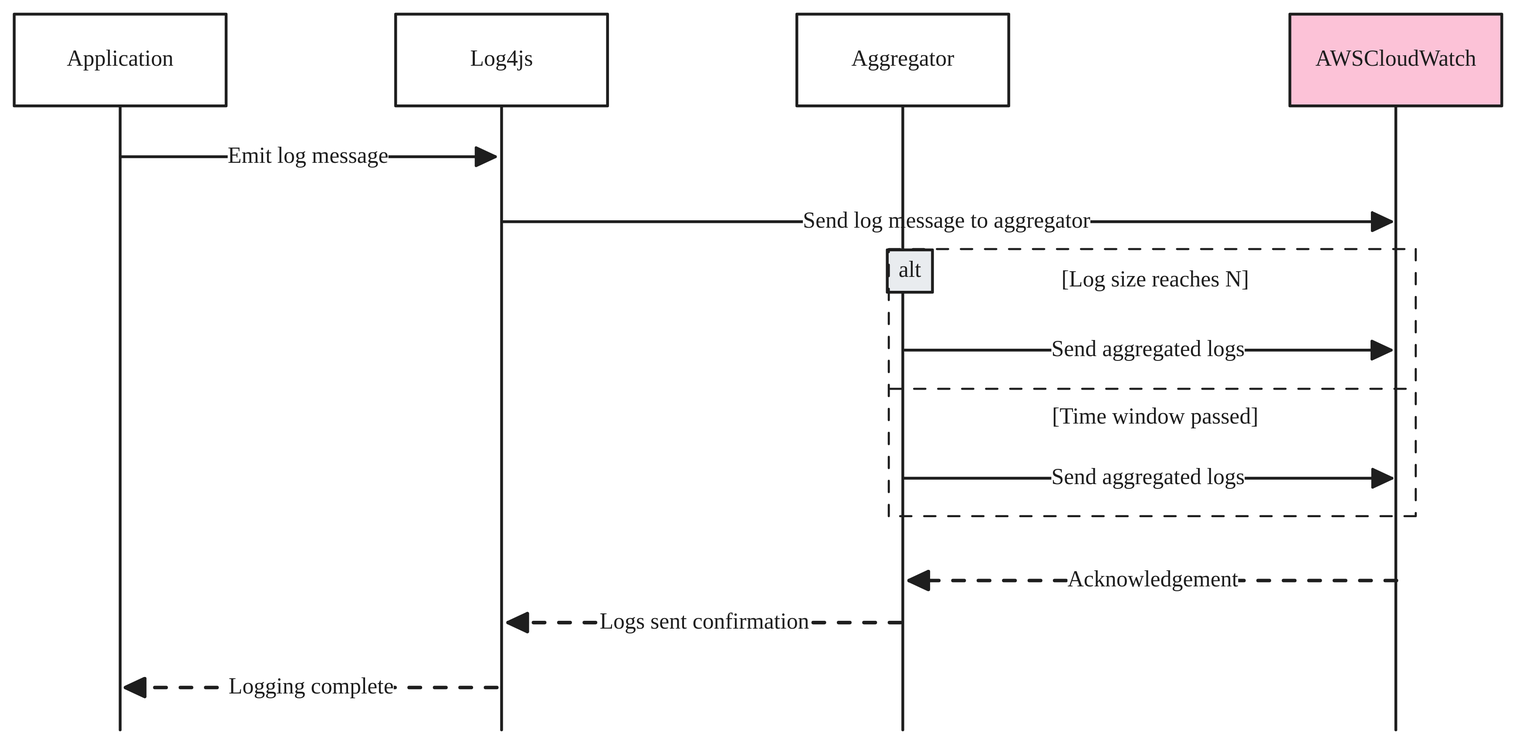
Before: docs/sequence.svg, a diagram exported from Excalidraw (xseman/log4js-appender-cloudwatch). Source tidied: one line per element, renumbered; positions are measured from the earlier drawing's top-left corner, leaving out a move shared by most shapes. Source of this version:
```json
{"id": 0, "type": "rectangle", "strokeColor": "#1e1e1e", "strokeWidth": 2, "roughness": 0, "x": 0, "y": 0, "width": 150, "height": 65}
{"id": 1, "type": "rectangle", "strokeColor": "#1e1e1e", "strokeWidth": 2, "roughness": 0, "x": 270, "y": 0, "width": 150, "height": 65}
{"id": 2, "type": "rectangle", "strokeColor": "#1e1e1e", "strokeWidth": 2, "roughness": 0, "x": 554, "y": 0, "width": 150, "height": 65}
{"id": 3, "type": "rectangle", "strokeColor": "#1e1e1e", "backgroundColor": "#fcc2d7", "fillStyle": "solid", "strokeWidth": 2, "roughness": 0, "x": 903, "y": 0, "width": 150, "height": 65}
{"id": 4, "type": "line", "strokeColor": "#1e1e1e", "strokeWidth": 2, "roughness": 0, "x": 75, "y": 65, "width": 0, "height": 442, "points": [[0, 0], [0, 442]]}
{"id": 5, "type": "line", "strokeColor": "#1e1e1e", "strokeWidth": 2, "roughness": 0, "x": 345, "y": 66, "width": 0, "height": 441, "points": [[0, 0], [0, 441]]}
{"id": 6, "type": "line", "strokeColor": "#1e1e1e", "strokeWidth": 2, "roughness": 0, "x": 629, "y": 65, "width": 0, "height": 442, "points": [[0, 0], [0, 442]]}
{"id": 7, "type": "line", "strokeColor": "#1e1e1e", "strokeWidth": 2, "roughness": 0, "x": 978, "y": 65, "width": 0, "height": 442, "points": [[0, 0], [0, 442]]}
{"id": 8, "type": "arrow", "strokeColor": "#1e1e1e", "strokeWidth": 2, "roughness": 0, "endArrowhead": "triangle", "x": 75, "y": 101, "width": 265, "height": 0, "points": [[0, 0], [265, 0]]}
{"id": 9, "type": "arrow", "strokeColor": "#1e1e1e", "strokeWidth": 2, "roughness": 0, "endArrowhead": "triangle", "to": 30, "x": 345, "y": 147, "width": 630, "height": 0, "points": [[0, 0], [630, 0]]}
{"id": 10, "type": "arrow", "strokeColor": "#1e1e1e", "strokeWidth": 2, "roughness": 0, "endArrowhead": "triangle", "x": 630, "y": 238, "width": 344, "height": 0, "points": [[0, 0], [344, 0]]}
{"id": 11, "type": "arrow", "strokeColor": "#1e1e1e", "strokeWidth": 2, "roughness": 0, "endArrowhead": "triangle", "x": 630, "y": 329, "width": 345, "height": 0, "points": [[0, 0], [345, 0]]}
{"id": 12, "type": "arrow", "strokeColor": "#1e1e1e", "strokeWidth": 2, "strokeStyle": "dashed", "roughness": 0, "endArrowhead": "triangle", "x": 978, "y": 401, "width": 345, "height": 0, "points": [[0, 0], [-345, 0]]}
{"id": 13, "type": "arrow", "strokeColor": "#1e1e1e", "strokeWidth": 2, "strokeStyle": "dashed", "roughness": 0, "endArrowhead": "triangle", "x": 628, "y": 431, "width": 278, "height": 0, "points": [[0, 0], [-278, 0]]}
{"id": 14, "type": "arrow", "strokeColor": "#1e1e1e", "strokeWidth": 2, "strokeStyle": "dashed", "roughness": 0, "endArrowhead": "triangle", "x": 342, "y": 477, "width": 263, "height": 0, "points": [[0, 0], [-263, 0]]}
{"id": 15, "type": "text", "text": "[Log size reaches N]", "strokeColor": "#1e1e1e", "strokeWidth": 2, "roughness": 0, "fontSize": 16, "fontFamily": 5, "verticalAlign": "middle", "x": 741, "y": 179, "width": 133, "height": 20}
{"id": 16, "type": "text", "text": "[Time window passed]", "strokeColor": "#1e1e1e", "strokeWidth": 2, "roughness": 0, "fontSize": 16, "fontFamily": 5, "verticalAlign": "middle", "x": 735, "y": 276, "width": 146, "height": 20}
{"id": 17, "type": "text", "text": "Application", "strokeColor": "#1e1e1e", "strokeWidth": 2, "roughness": 1, "fontSize": 16, "fontFamily": 5, "textAlign": "center", "verticalAlign": "middle", "inside": 0, "x": 37, "y": 22, "width": 76, "height": 20}
{"id": 18, "type": "text", "text": "Log4js", "strokeColor": "#1e1e1e", "strokeWidth": 2, "roughness": 1, "fontSize": 16, "fontFamily": 5, "textAlign": "center", "verticalAlign": "middle", "inside": 1, "x": 323, "y": 22, "width": 44, "height": 20}
{"id": 19, "type": "text", "text": "Aggregator", "strokeColor": "#1e1e1e", "strokeWidth": 2, "roughness": 1, "fontSize": 16, "fontFamily": 5, "textAlign": "center", "verticalAlign": "middle", "inside": 2, "x": 593, "y": 22, "width": 73, "height": 20}
{"id": 20, "type": "text", "text": "AWSCloudWatch", "strokeColor": "#1e1e1e", "strokeWidth": 2, "roughness": 1, "fontSize": 16, "fontFamily": 5, "textAlign": "center", "verticalAlign": "middle", "inside": 3, "x": 921, "y": 22, "width": 114, "height": 20}
{"id": 21, "type": "text", "text": "Emit log message", "strokeColor": "#1e1e1e", "strokeWidth": 2, "roughness": 1, "fontSize": 16, "fontFamily": 5, "textAlign": "center", "verticalAlign": "middle", "inside": 8, "x": 167, "y": 91, "width": 114, "height": 20}
{"id": 22, "type": "text", "text": "Send log message to aggregator", "strokeColor": "#1e1e1e", "strokeWidth": 2, "roughness": 1, "fontSize": 16, "fontFamily": 5, "textAlign": "center", "verticalAlign": "middle", "inside": 9, "x": 425, "y": 127, "width": 204, "height": 20}
{"id": 23, "type": "text", "text": "Send aggregated logs", "strokeColor": "#1e1e1e", "strokeWidth": 2, "roughness": 1, "fontSize": 16, "fontFamily": 5, "textAlign": "center", "verticalAlign": "middle", "inside": 10, "x": 663, "y": 228, "width": 137, "height": 20}
{"id": 24, "type": "text", "text": "Send aggregated logs", "strokeColor": "#1e1e1e", "strokeWidth": 2, "roughness": 1, "fontSize": 16, "fontFamily": 5, "textAlign": "center", "verticalAlign": "middle", "inside": 11, "x": 663, "y": 319, "width": 137, "height": 20}
{"id": 25, "type": "text", "text": "Acknowledgement", "strokeColor": "#1e1e1e", "strokeWidth": 2, "roughness": 1, "fontSize": 16, "fontFamily": 5, "textAlign": "center", "verticalAlign": "middle", "inside": 12, "x": 674, "y": 375, "width": 121, "height": 20}
{"id": 26, "type": "text", "text": "Logs sent confirmation", "strokeColor": "#1e1e1e", "strokeWidth": 2, "roughness": 1, "fontSize": 16, "fontFamily": 5, "textAlign": "center", "verticalAlign": "middle", "inside": 13, "x": 419, "y": 421, "width": 148, "height": 20}
{"id": 27, "type": "text", "text": "Logging complete", "strokeColor": "#1e1e1e", "strokeWidth": 2, "roughness": 1, "fontSize": 16, "fontFamily": 5, "textAlign": "center", "verticalAlign": "middle", "inside": 14, "x": 168, "y": 467, "width": 117, "height": 20}
{"id": 28, "type": "rectangle", "strokeColor": "#1e1e1e", "backgroundColor": "#e9ecef", "fillStyle": "solid", "strokeWidth": 2, "roughness": 0, "x": 618, "y": 167, "width": 32, "height": 30}
{"id": 29, "type": "text", "text": "alt", "strokeColor": "#1e1e1e", "strokeWidth": 2, "roughness": 1, "fontSize": 16, "fontFamily": 5, "textAlign": "center", "verticalAlign": "middle", "inside": 28, "x": 626, "y": 172, "width": 16, "height": 20}
{"id": 30, "type": "rectangle", "strokeColor": "#1e1e1e", "strokeWidth": 1, "strokeStyle": "dashed", "roughness": 0, "x": 619, "y": 166, "width": 373, "height": 189}
{"id": 31, "type": "line", "strokeColor": "#1e1e1e", "strokeWidth": 1, "strokeStyle": "dashed", "roughness": 0, "x": 620, "y": 265, "width": 372, "height": 0, "points": [[0, 0], [372, 0]]}
```
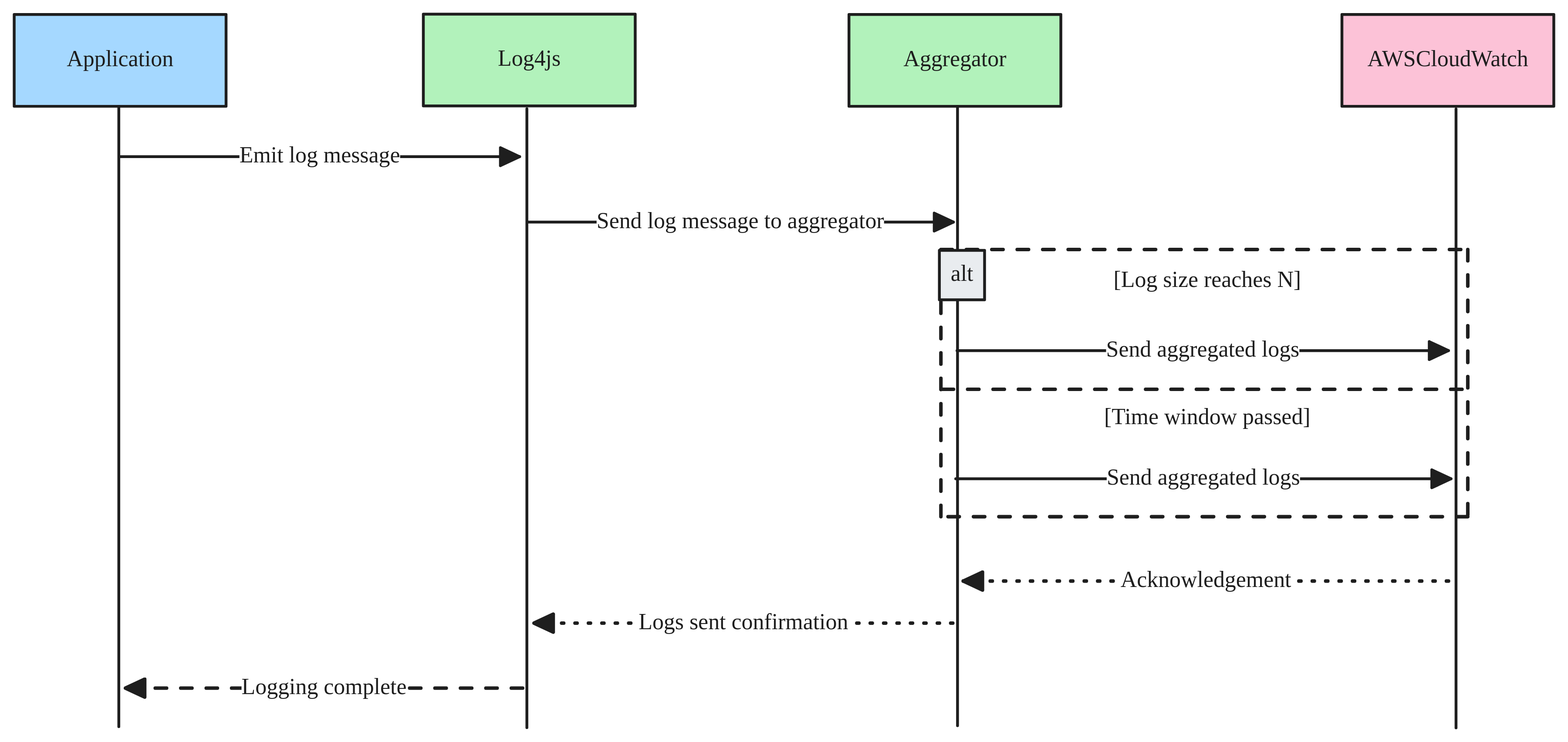
After the change.

Diff of the diagram source:
```diff
@@ -1,32 +1,32 @@
-{"id": 0, "type": "rectangle", "strokeColor": "#1e1e1e", "strokeWidth": 2, "roughness": 0, "x": 0, "y": 0, "width": 150, "height": 65}
-{"id": 1, "type": "rectangle", "strokeColor": "#1e1e1e", "strokeWidth": 2, "roughness": 0, "x": 270, "y": 0, "width": 150, "height": 65}
-{"id": 2, "type": "rectangle", "strokeColor": "#1e1e1e", "strokeWidth": 2, "roughness": 0, "x": 554, "y": 0, "width": 150, "height": 65}
+{"id": 2, "type": "rectangle", "strokeColor": "#1e1e1e", "backgroundColor": "#b2f2bb", "fillStyle": "solid", "strokeWidth": 2, "roughness": 0, "x": 554, "y": 0, "width": 150, "height": 65}
-{"id": 3, "type": "rectangle", "strokeColor": "#1e1e1e", "backgroundColor": "#fcc2d7", "fillStyle": "solid", "strokeWidth": 2, "roughness": 0, "x": 903, "y": 0, "width": 150, "height": 65}
-{"id": 4, "type": "line", "strokeColor": "#1e1e1e", "strokeWidth": 2, "roughness": 0, "x": 75, "y": 65, "width": 0, "height": 442, "points": [[0, 0], [0, 442]]}
-{"id": 5, "type": "line", "strokeColor": "#1e1e1e", "strokeWidth": 2, "roughness": 0, "x": 345, "y": 66, "width": 0, "height": 441, "points": [[0, 0], [0, 441]]}
-{"id": 6, "type": "line", "strokeColor": "#1e1e1e", "strokeWidth": 2, "roughness": 0, "x": 629, "y": 65, "width": 0, "height": 442, "points": [[0, 0], [0, 442]]}
-{"id": 7, "type": "line", "strokeColor": "#1e1e1e", "strokeWidth": 2, "roughness": 0, "x": 978, "y": 65, "width": 0, "height": 442, "points": [[0, 0], [0, 442]]}
+{"id": 19, "type": "text", "text": "Aggregator", "strokeColor": "#1e1e1e", "backgroundColor": "#b2f2bb", "fillStyle": "solid", "strokeWidth": 2, "roughness": 1, "fontSize": 16, "fontFamily": 5, "textAlign": "center", "verticalAlign": "middle", "inside": 2, "x": 593, "y": 22, "width": 73, "height": 20}
+{"id": 32, "type": "arrow", "strokeColor": "#1e1e1e", "backgroundColor": "#b2f2bb", "fillStyle": "solid", "strokeWidth": 2, "roughness": 0, "round": true, "from": 2, "x": 631, "y": 65, "width": 0, "height": 438, "points": [[0, 0], [0, 438]]}
+{"id": 30, "type": "rectangle", "strokeColor": "#1e1e1e", "strokeWidth": 2, "strokeStyle": "dashed", "roughness": 0, "x": 619, "y": 166, "width": 373, "height": 189}
+{"id": 31, "type": "line", "strokeColor": "#1e1e1e", "strokeWidth": 2, "strokeStyle": "dashed", "roughness": 0, "x": 620, "y": 265, "width": 372, "height": 0, "points": [[0, 0], [372, 0]]}
-{"id": 8, "type": "arrow", "strokeColor": "#1e1e1e", "strokeWidth": 2, "roughness": 0, "endArrowhead": "triangle", "x": 75, "y": 101, "width": 265, "height": 0, "points": [[0, 0], [265, 0]]}
+{"id": 8, "type": "arrow", "strokeColor": "#1e1e1e", "strokeWidth": 2, "roughness": 0, "endArrowhead": "triangle", "x": 38, "y": 101, "width": 283, "height": 0, "points": [[0, 0], [283, 0]]}
-{"id": 9, "type": "arrow", "strokeColor": "#1e1e1e", "strokeWidth": 2, "roughness": 0, "endArrowhead": "triangle", "to": 30, "x": 345, "y": 147, "width": 630, "height": 0, "points": [[0, 0], [630, 0]]}
+{"id": 9, "type": "arrow", "strokeColor": "#1e1e1e", "strokeWidth": 2, "roughness": 0, "endArrowhead": "triangle", "to": 30, "x": 326, "y": 147, "width": 302, "height": 0, "points": [[0, 0], [302, 0]]}
-{"id": 10, "type": "arrow", "strokeColor": "#1e1e1e", "strokeWidth": 2, "roughness": 0, "endArrowhead": "triangle", "x": 630, "y": 238, "width": 344, "height": 0, "points": [[0, 0], [344, 0]]}
+{"id": 10, "type": "arrow", "strokeColor": "#1e1e1e", "strokeWidth": 2, "roughness": 0, "endArrowhead": "triangle", "x": 630, "y": 238, "width": 348, "height": 0, "points": [[0, 0], [348, 0]]}
-{"id": 11, "type": "arrow", "strokeColor": "#1e1e1e", "strokeWidth": 2, "roughness": 0, "endArrowhead": "triangle", "x": 630, "y": 329, "width": 345, "height": 0, "points": [[0, 0], [345, 0]]}
+{"id": 11, "type": "arrow", "strokeColor": "#1e1e1e", "strokeWidth": 2, "roughness": 0, "endArrowhead": "triangle", "x": 630, "y": 329, "width": 351, "height": 0, "points": [[0, 0], [351, 0]]}
-{"id": 12, "type": "arrow", "strokeColor": "#1e1e1e", "strokeWidth": 2, "strokeStyle": "dashed", "roughness": 0, "endArrowhead": "triangle", "x": 978, "y": 401, "width": 345, "height": 0, "points": [[0, 0], [-345, 0]]}
+{"id": 12, "type": "arrow", "strokeColor": "#1e1e1e", "strokeWidth": 2, "strokeStyle": "dotted", "roughness": 0, "endArrowhead": "triangle", "x": 978, "y": 401, "width": 344, "height": 0, "points": [[0, 0], [-344, 0]]}
-{"id": 13, "type": "arrow", "strokeColor": "#1e1e1e", "strokeWidth": 2, "strokeStyle": "dashed", "roughness": 0, "endArrowhead": "triangle", "x": 628, "y": 431, "width": 278, "height": 0, "points": [[0, 0], [-278, 0]]}
+{"id": 13, "type": "arrow", "strokeColor": "#1e1e1e", "strokeWidth": 2, "strokeStyle": "dotted", "roughness": 0, "endArrowhead": "triangle", "x": 628, "y": 431, "width": 296, "height": 0, "points": [[0, 0], [-296, 0]]}
-{"id": 14, "type": "arrow", "strokeColor": "#1e1e1e", "strokeWidth": 2, "strokeStyle": "dashed", "roughness": 0, "endArrowhead": "triangle", "x": 342, "y": 477, "width": 263, "height": 0, "points": [[0, 0], [-263, 0]]}
+{"id": 14, "type": "arrow", "strokeColor": "#1e1e1e", "strokeWidth": 2, "strokeStyle": "dashed", "roughness": 0, "endArrowhead": "triangle", "x": 323, "y": 477, "width": 281, "height": 0, "points": [[0, 0], [-281, 0]]}
 {"id": 15, "type": "text", "text": "[Log size reaches N]", "strokeColor": "#1e1e1e", "strokeWidth": 2, "roughness": 0, "fontSize": 16, "fontFamily": 5, "verticalAlign": "middle", "x": 741, "y": 179, "width": 133, "height": 20}
 {"id": 16, "type": "text", "text": "[Time window passed]", "strokeColor": "#1e1e1e", "strokeWidth": 2, "roughness": 0, "fontSize": 16, "fontFamily": 5, "verticalAlign": "middle", "x": 735, "y": 276, "width": 146, "height": 20}
-{"id": 17, "type": "text", "text": "Application", "strokeColor": "#1e1e1e", "strokeWidth": 2, "roughness": 1, "fontSize": 16, "fontFamily": 5, "textAlign": "center", "verticalAlign": "middle", "inside": 0, "x": 37, "y": 22, "width": 76, "height": 20}
-{"id": 18, "type": "text", "text": "Log4js", "strokeColor": "#1e1e1e", "strokeWidth": 2, "roughness": 1, "fontSize": 16, "fontFamily": 5, "textAlign": "center", "verticalAlign": "middle", "inside": 1, "x": 323, "y": 22, "width": 44, "height": 20}
-{"id": 19, "type": "text", "text": "Aggregator", "strokeColor": "#1e1e1e", "strokeWidth": 2, "roughness": 1, "fontSize": 16, "fontFamily": 5, "textAlign": "center", "verticalAlign": "middle", "inside": 2, "x": 593, "y": 22, "width": 73, "height": 20}
-{"id": 20, "type": "text", "text": "AWSCloudWatch", "strokeColor": "#1e1e1e", "strokeWidth": 2, "roughness": 1, "fontSize": 16, "fontFamily": 5, "textAlign": "center", "verticalAlign": "middle", "inside": 3, "x": 921, "y": 22, "width": 114, "height": 20}
-{"id": 21, "type": "text", "text": "Emit log message", "strokeColor": "#1e1e1e", "strokeWidth": 2, "roughness": 1, "fontSize": 16, "fontFamily": 5, "textAlign": "center", "verticalAlign": "middle", "inside": 8, "x": 167, "y": 91, "width": 114, "height": 20}
+{"id": 21, "type": "text", "text": "Emit log message", "strokeColor": "#1e1e1e", "strokeWidth": 2, "roughness": 1, "fontSize": 16, "fontFamily": 5, "textAlign": "center", "verticalAlign": "middle", "inside": 8, "x": 122, "y": 91, "width": 114, "height": 20}
-{"id": 22, "type": "text", "text": "Send log message to aggregator", "strokeColor": "#1e1e1e", "strokeWidth": 2, "roughness": 1, "fontSize": 16, "fontFamily": 5, "textAlign": "center", "verticalAlign": "middle", "inside": 9, "x": 425, "y": 127, "width": 204, "height": 20}
+{"id": 22, "type": "text", "text": "Send log message to aggregator", "strokeColor": "#1e1e1e", "strokeWidth": 2, "roughness": 1, "fontSize": 16, "fontFamily": 5, "textAlign": "center", "verticalAlign": "middle", "inside": 9, "x": 375, "y": 137, "width": 204, "height": 20}
-{"id": 23, "type": "text", "text": "Send aggregated logs", "strokeColor": "#1e1e1e", "strokeWidth": 2, "roughness": 1, "fontSize": 16, "fontFamily": 5, "textAlign": "center", "verticalAlign": "middle", "inside": 10, "x": 663, "y": 228, "width": 137, "height": 20}
+{"id": 23, "type": "text", "text": "Send aggregated logs", "strokeColor": "#1e1e1e", "strokeWidth": 2, "roughness": 1, "fontSize": 16, "fontFamily": 5, "textAlign": "center", "verticalAlign": "middle", "inside": 10, "x": 736, "y": 228, "width": 137, "height": 20}
-{"id": 24, "type": "text", "text": "Send aggregated logs", "strokeColor": "#1e1e1e", "strokeWidth": 2, "roughness": 1, "fontSize": 16, "fontFamily": 5, "textAlign": "center", "verticalAlign": "middle", "inside": 11, "x": 663, "y": 319, "width": 137, "height": 20}
+{"id": 24, "type": "text", "text": "Send aggregated logs", "strokeColor": "#1e1e1e", "strokeWidth": 2, "roughness": 1, "fontSize": 16, "fontFamily": 5, "textAlign": "center", "verticalAlign": "middle", "inside": 11, "x": 736, "y": 319, "width": 137, "height": 20}
-{"id": 25, "type": "text", "text": "Acknowledgement", "strokeColor": "#1e1e1e", "strokeWidth": 2, "roughness": 1, "fontSize": 16, "fontFamily": 5, "textAlign": "center", "verticalAlign": "middle", "inside": 12, "x": 674, "y": 375, "width": 121, "height": 20}
+{"id": 25, "type": "text", "text": "Acknowledgement", "strokeColor": "#1e1e1e", "strokeWidth": 2, "roughness": 1, "fontSize": 16, "fontFamily": 5, "textAlign": "center", "verticalAlign": "middle", "inside": 12, "x": 746, "y": 391, "width": 121, "height": 20}
-{"id": 26, "type": "text", "text": "Logs sent confirmation", "strokeColor": "#1e1e1e", "strokeWidth": 2, "roughness": 1, "fontSize": 16, "fontFamily": 5, "textAlign": "center", "verticalAlign": "middle", "inside": 13, "x": 419, "y": 421, "width": 148, "height": 20}
+{"id": 26, "type": "text", "text": "Logs sent confirmation", "strokeColor": "#1e1e1e", "strokeWidth": 2, "roughness": 1, "fontSize": 16, "fontFamily": 5, "textAlign": "center", "verticalAlign": "middle", "inside": 13, "x": 405, "y": 421, "width": 148, "height": 20}
-{"id": 27, "type": "text", "text": "Logging complete", "strokeColor": "#1e1e1e", "strokeWidth": 2, "roughness": 1, "fontSize": 16, "fontFamily": 5, "textAlign": "center", "verticalAlign": "middle", "inside": 14, "x": 168, "y": 467, "width": 117, "height": 20}
+{"id": 27, "type": "text", "text": "Logging complete", "strokeColor": "#1e1e1e", "strokeWidth": 2, "roughness": 1, "fontSize": 16, "fontFamily": 5, "textAlign": "center", "verticalAlign": "middle", "inside": 14, "x": 124, "y": 467, "width": 117, "height": 20}
-{"id": 28, "type": "rectangle", "strokeColor": "#1e1e1e", "backgroundColor": "#e9ecef", "fillStyle": "solid", "strokeWidth": 2, "roughness": 0, "x": 618, "y": 167, "width": 32, "height": 30}
+{"id": 28, "type": "rectangle", "strokeColor": "#1e1e1e", "backgroundColor": "#e9ecef", "fillStyle": "solid", "strokeWidth": 2, "roughness": 0, "x": 618, "y": 167, "width": 32, "height": 35}
-{"id": 29, "type": "text", "text": "alt", "strokeColor": "#1e1e1e", "strokeWidth": 2, "roughness": 1, "fontSize": 16, "fontFamily": 5, "textAlign": "center", "verticalAlign": "middle", "inside": 28, "x": 626, "y": 172, "width": 16, "height": 20}
+{"id": 29, "type": "text", "text": "alt", "strokeColor": "#1e1e1e", "strokeWidth": 2, "roughness": 1, "fontSize": 16, "fontFamily": 5, "textAlign": "center", "verticalAlign": "middle", "inside": 28, "x": 626, "y": 174, "width": 16, "height": 20}
-{"id": 30, "type": "rectangle", "strokeColor": "#1e1e1e", "strokeWidth": 1, "strokeStyle": "dashed", "roughness": 0, "x": 619, "y": 166, "width": 373, "height": 189}
-{"id": 31, "type": "line", "strokeColor": "#1e1e1e", "strokeWidth": 1, "strokeStyle": "dashed", "roughness": 0, "x": 620, "y": 265, "width": 372, "height": 0, "points": [[0, 0], [372, 0]]}
+{"id": 0, "type": "rectangle", "strokeColor": "#1e1e1e", "backgroundColor": "#a5d8ff", "fillStyle": "solid", "strokeWidth": 2, "roughness": 0, "x": -37, "y": 0, "width": 150, "height": 65}
+{"id": 17, "type": "text", "text": "Application", "strokeColor": "#1e1e1e", "backgroundColor": "#a5d8ff", "fillStyle": "solid", "strokeWidth": 2, "roughness": 1, "fontSize": 16, "fontFamily": 5, "textAlign": "center", "verticalAlign": "middle", "inside": 0, "x": 0, "y": 22, "width": 76, "height": 20}
+{"id": 33, "type": "arrow", "strokeColor": "#1e1e1e", "backgroundColor": "#a5d8ff", "fillStyle": "solid", "strokeWidth": 2, "roughness": 0, "round": true, "from": 0, "x": 37, "y": 66, "width": 0, "height": 438, "points": [[0, 0], [0, 438]]}
+{"id": 1, "type": "rectangle", "strokeColor": "#1e1e1e", "backgroundColor": "#b2f2bb", "fillStyle": "solid", "strokeWidth": 2, "roughness": 0, "x": 253, "y": 0, "width": 150, "height": 65}
+{"id": 18, "type": "text", "text": "Log4js", "strokeColor": "#1e1e1e", "backgroundColor": "#b2f2bb", "fillStyle": "solid", "strokeWidth": 2, "roughness": 1, "fontSize": 16, "fontFamily": 5, "textAlign": "center", "verticalAlign": "middle", "inside": 1, "x": 305, "y": 22, "width": 44, "height": 20}
+{"id": 34, "type": "arrow", "strokeColor": "#1e1e1e", "backgroundColor": "#b2f2bb", "fillStyle": "solid", "strokeWidth": 2, "roughness": 0, "round": true, "from": 1, "x": 326, "y": 67, "width": 0, "height": 438, "points": [[0, 0], [0, 438]]}
+{"id": 3, "type": "rectangle", "strokeColor": "#1e1e1e", "backgroundColor": "#fcc2d7", "fillStyle": "solid", "strokeWidth": 2, "roughness": 0, "x": 903, "y": 0, "width": 150, "height": 65}
+{"id": 20, "type": "text", "text": "AWSCloudWatch", "strokeColor": "#1e1e1e", "strokeWidth": 2, "roughness": 1, "fontSize": 16, "fontFamily": 5, "textAlign": "center", "verticalAlign": "middle", "inside": 3, "x": 921, "y": 22, "width": 114, "height": 20}
+{"id": 35, "type": "arrow", "strokeColor": "#1e1e1e", "strokeWidth": 2, "roughness": 0, "round": true, "from": 3, "x": 984, "y": 67, "width": 0, "height": 438, "points": [[0, 0], [0, 438]]}
```
